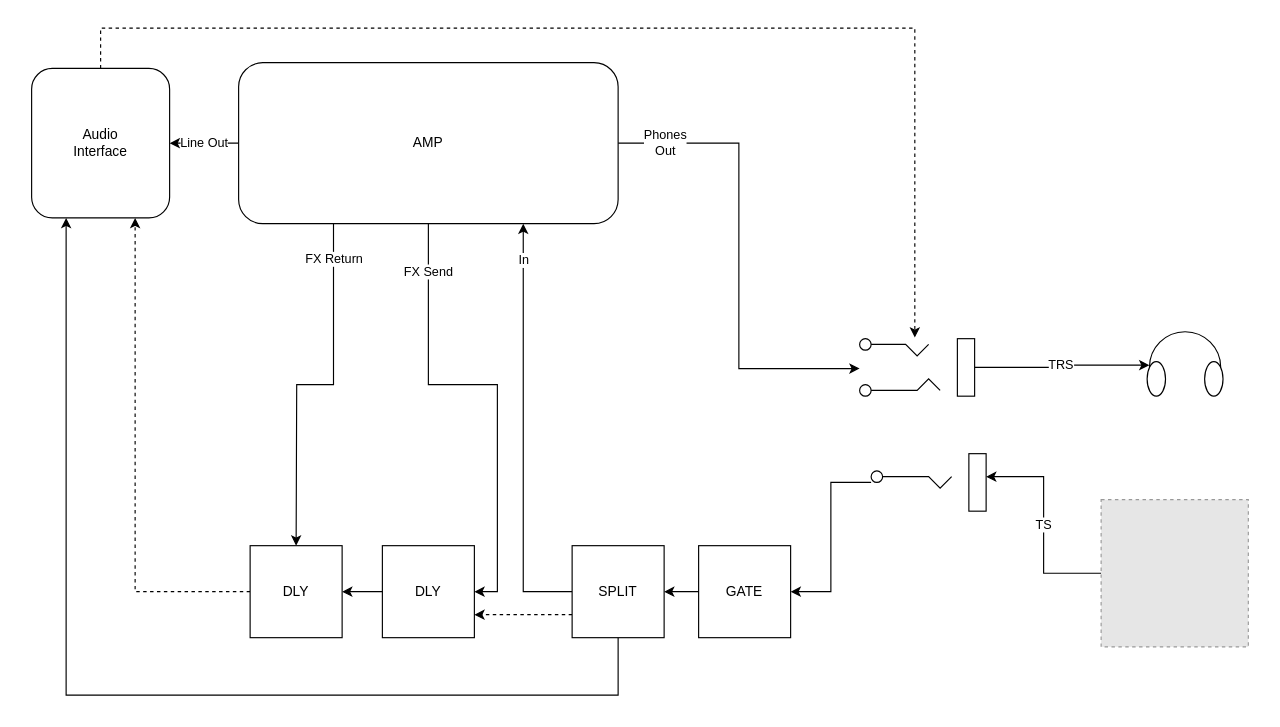
Above: Guitar Amp monitoring.drawio in seredkin/drawio (draw.io), before the change. Source tidied: cells renumbered, new cells numbered last; positions are measured from the earlier drawing's top-left corner, leaving out a move shared by most shapes. Both pictures are drawn from the tidied source at 115%, with x=0, y=0 at pixel (31, 28). Pictures stored in the file or linked from it are replaced by grey dashed boxes.
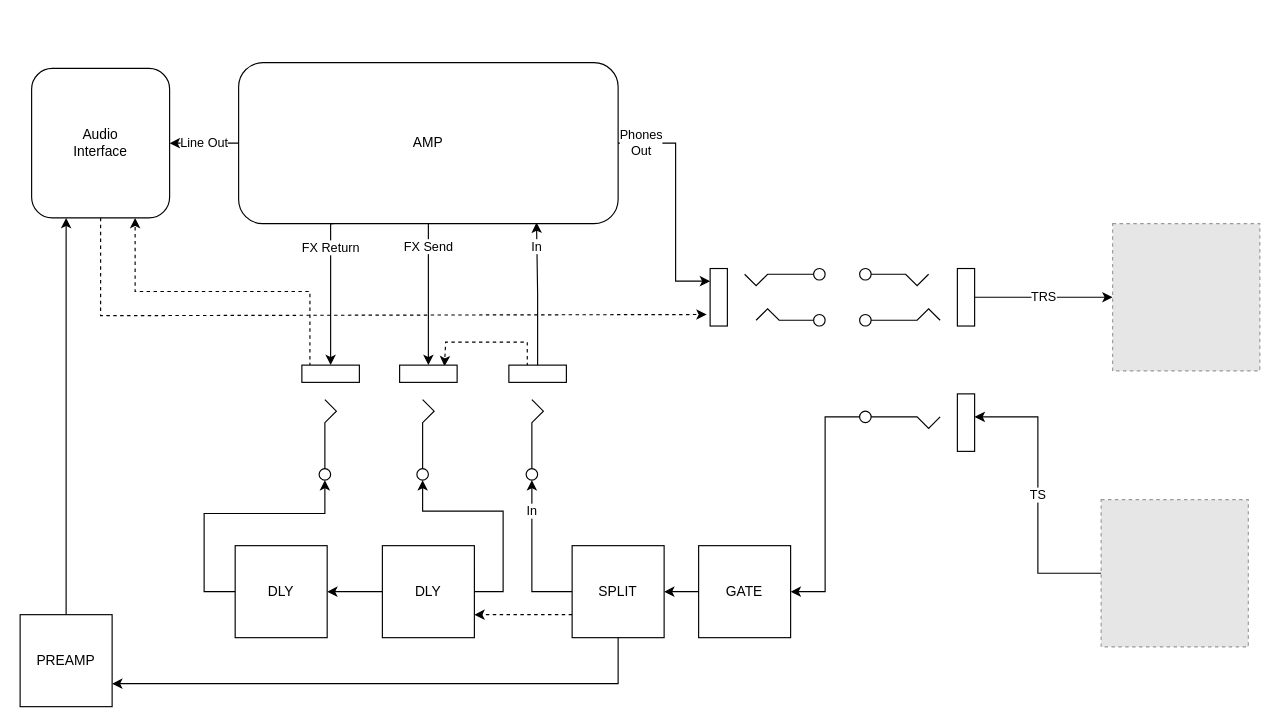
Above is the later version.

Unchanged cells that the change refers to:
```xml
<mxCell id="8" value="GATE" style="whiteSpace=wrap;html=1;" parent="1" vertex="1">
  <mxGeometry x="580" y="450" width="80" height="80" as="geometry" />
</mxCell>
<mxCell id="10" value="DLY" style="whiteSpace=wrap;html=1;" parent="1" vertex="1">
  <mxGeometry x="305" y="450" width="80" height="80" as="geometry" />
</mxCell>
<mxCell id="15" value="AMP" style="rounded=1;whiteSpace=wrap;html=1;" parent="1" vertex="1">
  <mxGeometry x="180" y="30" width="330" height="140" as="geometry" />
</mxCell>
<mxCell id="23" value="SPLIT" style="whiteSpace=wrap;html=1;" parent="1" vertex="1">
  <mxGeometry x="470" y="450" width="80" height="80" as="geometry" />
</mxCell>
<mxCell id="25" value="Audio&lt;br&gt;Interface" style="rounded=1;whiteSpace=wrap;html=1;" parent="1" vertex="1">
  <mxGeometry y="35" width="120" height="130" as="geometry" />
</mxCell>
```

The edit, as a diff of the source:
```diff
@@
-    <mxCell id="2" style="edgeStyle=orthogonalEdgeStyle;rounded=0;jettySize=auto;html=1;entryX=1;entryY=0.5;entryDx=0;entryDy=0;" parent="1" edge="1" source="3" target="8">
+    <mxCell id="2" style="edgeStyle=orthogonalEdgeStyle;rounded=0;jettySize=auto;html=1;entryX=1;entryY=0.5;entryDx=0;entryDy=0;exitX=1;exitY=0.4;exitDx=0;exitDy=0;exitPerimeter=0;" parent="1" edge="1" source="3" target="8">
       <mxGeometry relative="1" as="geometry" />
     </mxCell>
     <mxCell id="3" style="verticalLabelPosition=bottom;shadow=0;dashed=0;align=center;html=1;verticalAlign=top;shape=mxgraph.electrical.miscellaneous.2_conductor_jack;flipH=1;" parent="1" vertex="1">
-      <mxGeometry x="730" y="370" width="100" height="50" as="geometry" />
+      <mxGeometry x="720" y="318" width="100" height="50" as="geometry" />
     </mxCell>
-    <mxCell id="4" value="TRS" style="edgeStyle=orthogonalEdgeStyle;rounded=0;jettySize=auto;html=1;entryX=0.03;entryY=0.518;entryDx=0;entryDy=0;entryPerimeter=0;startArrow=none;startFill=0;endArrow=classic;endFill=1;" parent="1" edge="1" source="5" target="6">
+    <mxCell id="4" value="TRS" style="edgeStyle=orthogonalEdgeStyle;rounded=0;jettySize=auto;html=1;entryX=0;entryY=0.5;entryDx=0;entryDy=0;startArrow=none;startFill=0;endArrow=classic;endFill=1;" parent="1" edge="1" source="5" target="28">
       <mxGeometry relative="1" as="geometry" />
     </mxCell>
     <mxCell id="5" style="verticalLabelPosition=bottom;shadow=0;dashed=0;align=center;html=1;verticalAlign=top;shape=mxgraph.electrical.miscellaneous.3_conductor_jack;rotation=-180;" parent="1" vertex="1">
-      <mxGeometry x="720" y="270" width="100" height="50" as="geometry" />
+      <mxGeometry x="720" y="209" width="100" height="50" as="geometry" />
     </mxCell>
-    <mxCell id="6" style="verticalLabelPosition=bottom;shadow=0;dashed=0;align=center;html=1;verticalAlign=top;shape=mxgraph.electrical.radio.headphones;" parent="1" vertex="1">
-      <mxGeometry x="970" y="264" width="66" height="56" as="geometry" />
-    </mxCell>
-    <mxCell id="7" value="In" style="edgeStyle=orthogonalEdgeStyle;rounded=0;jettySize=auto;html=1;entryX=0.75;entryY=1;entryDx=0;entryDy=0;exitX=0;exitY=0.5;exitDx=0;exitDy=0;" parent="1" edge="1" source="23" target="15">
-      <mxGeometry x="0.83" relative="1" as="geometry">
-        <mxPoint y="1" as="offset" />
-      </mxGeometry>
+    <mxCell id="7" value="In" style="edgeStyle=orthogonalEdgeStyle;rounded=0;jettySize=auto;html=1;entryX=0.785;entryY=0.993;entryDx=0;entryDy=0;exitX=0.05;exitY=0.5;exitDx=0;exitDy=0;exitPerimeter=0;entryPerimeter=0;" parent="1" edge="1" source="31" target="15">
+      <mxGeometry x="0.68" relative="1" as="geometry" />
     </mxCell>
@@
-    <mxCell id="9" value="FX Send" style="edgeStyle=orthogonalEdgeStyle;rounded=0;jettySize=auto;html=1;startArrow=classic;startFill=1;endArrow=none;endFill=0;entryX=0.5;entryY=1;entryDx=0;entryDy=0;exitX=1;exitY=0.5;exitDx=0;exitDy=0;" parent="1" edge="1" source="10" target="15">
-      <mxGeometry x="0.79" relative="1" as="geometry" />
+    <mxCell id="9" value="FX Send" style="edgeStyle=orthogonalEdgeStyle;rounded=0;jettySize=auto;html=1;startArrow=classic;startFill=1;endArrow=none;endFill=0;entryX=0.5;entryY=1;entryDx=0;entryDy=0;exitX=1;exitY=0.5;exitDx=0;exitDy=0;" parent="1" edge="1" source="36" target="15">
+      <mxGeometry x="0.67" relative="1" as="geometry" />
     </mxCell>
+    <mxCell id="26" style="edgeStyle=orthogonalEdgeStyle;rounded=0;jettySize=auto;html=1;entryX=1;entryY=0.4;entryDx=0;entryDy=0;entryPerimeter=0;startArrow=none;startFill=0;endArrow=classic;endFill=1;exitX=1;exitY=0.25;exitDx=0;exitDy=0;" parent="1" edge="1" source="10" target="36">
+      <mxGeometry relative="1" as="geometry">
+        <Array as="points">
+          <mxPoint x="385" y="490" />
+          <mxPoint x="410" y="490" />
+          <mxPoint x="410" y="420" />
+          <mxPoint x="340" y="420" />
+        </Array>
+      </mxGeometry>
+    </mxCell>
@@
-    <mxCell id="13" value="Phones&lt;br&gt;Out" style="edgeStyle=orthogonalEdgeStyle;rounded=0;jettySize=auto;html=1;entryX=1;entryY=0.48;entryDx=0;entryDy=0;entryPerimeter=0;startArrow=none;startFill=0;endArrow=classic;endFill=1;" parent="1" edge="1" source="15" target="5">
-      <mxGeometry x="-0.8" relative="1" as="geometry" />
-    </mxCell>
@@
+    <mxCell id="16" value="FX Return" style="edgeStyle=orthogonalEdgeStyle;rounded=0;jettySize=auto;html=1;startArrow=none;startFill=0;endArrow=classic;endFill=1;exitX=0.25;exitY=1;exitDx=0;exitDy=0;" parent="1" edge="1" source="15" target="35">
+      <mxGeometry x="-0.64" relative="1" as="geometry">
+        <Array as="points">
+          <mxPoint x="260" y="170" />
+        </Array>
+      </mxGeometry>
+    </mxCell>
@@
-    <mxCell id="16" value="FX Return" style="edgeStyle=orthogonalEdgeStyle;rounded=0;jettySize=auto;html=1;startArrow=classic;startFill=1;endArrow=none;endFill=0;entryX=0.25;entryY=1;entryDx=0;entryDy=0;" parent="1" edge="1" target="15">
-      <mxGeometry x="0.81" relative="1" as="geometry">
-        <mxPoint x="230" y="450" as="sourcePoint" />
-        <mxPoint y="1" as="offset" />
-      </mxGeometry>
-    </mxCell>
@@
-    <mxCell id="18" style="edgeStyle=orthogonalEdgeStyle;rounded=0;jettySize=auto;html=1;entryX=0.75;entryY=1;entryDx=0;entryDy=0;startArrow=none;startFill=0;endArrow=classic;endFill=1;dashed=1;" parent="1" edge="1" source="19" target="25">
+    <mxCell id="18" style="edgeStyle=orthogonalEdgeStyle;rounded=0;jettySize=auto;html=1;entryX=0.75;entryY=1;entryDx=0;entryDy=0;startArrow=none;startFill=0;endArrow=classic;endFill=1;dashed=1;exitX=0.01;exitY=0.14;exitDx=0;exitDy=0;exitPerimeter=0;" parent="1" edge="1" source="35" target="25">
       <mxGeometry relative="1" as="geometry" />
     </mxCell>
+    <mxCell id="27" style="edgeStyle=orthogonalEdgeStyle;rounded=0;jettySize=auto;html=1;entryX=1;entryY=0.4;entryDx=0;entryDy=0;entryPerimeter=0;startArrow=none;startFill=0;endArrow=classic;endFill=1;" parent="1" edge="1" source="19" target="35">
+      <mxGeometry relative="1" as="geometry">
+        <Array as="points">
+          <mxPoint x="150" y="490" />
+          <mxPoint x="150" y="422" />
+          <mxPoint x="255" y="422" />
+        </Array>
+      </mxGeometry>
+    </mxCell>
     <mxCell id="19" value="DLY" style="whiteSpace=wrap;html=1;" parent="1" vertex="1">
-      <mxGeometry x="190" y="450" width="80" height="80" as="geometry" />
+      <mxGeometry x="177" y="450" width="80" height="80" as="geometry" />
     </mxCell>
@@
-    <mxCell id="21" style="edgeStyle=orthogonalEdgeStyle;rounded=0;jettySize=auto;html=1;startArrow=none;startFill=0;endArrow=classic;endFill=1;entryX=0.25;entryY=1;entryDx=0;entryDy=0;" parent="1" edge="1" source="23" target="25">
-      <mxGeometry relative="1" as="geometry">
-        <Array as="points">
-          <mxPoint x="510" y="580" />
-          <mxPoint x="30" y="580" />
-        </Array>
-      </mxGeometry>
+    <mxCell id="21" style="edgeStyle=orthogonalEdgeStyle;rounded=0;jettySize=auto;html=1;startArrow=none;startFill=0;endArrow=classic;endFill=1;entryX=0.25;entryY=1;entryDx=0;entryDy=0;" parent="1" edge="1" source="33" target="25">
+      <mxGeometry relative="1" as="geometry" />
     </mxCell>
@@
-    <mxCell id="24" style="edgeStyle=orthogonalEdgeStyle;rounded=0;jettySize=auto;html=1;entryX=0.52;entryY=1.02;entryDx=0;entryDy=0;entryPerimeter=0;dashed=1;startArrow=none;startFill=0;endArrow=classic;endFill=1;" parent="1" edge="1" source="25" target="5">
+    <mxCell id="24" style="edgeStyle=orthogonalEdgeStyle;rounded=0;jettySize=auto;html=1;entryX=-0.03;entryY=0.8;entryDx=0;entryDy=0;entryPerimeter=0;dashed=1;startArrow=none;startFill=0;endArrow=classic;endFill=1;" parent="1" edge="1" source="25" target="29">
       <mxGeometry relative="1" as="geometry">
         <Array as="points">
-          <mxPoint x="60" />
-          <mxPoint x="768" />
+          <mxPoint x="60" y="250" />
         </Array>
       </mxGeometry>
     </mxCell>
@@
+    <mxCell id="28" style="fillColor=#E6E6E6;strokeColor=#999999;dashed=1;html=1;verticalAlign=top;verticalLabelPosition=bottom;labelBackgroundColor=#ffffff;" parent="1" vertex="1">
+      <mxGeometry x="940" y="170" width="128" height="128" as="geometry" />
+    </mxCell>
+    <mxCell id="29" style="verticalLabelPosition=bottom;shadow=0;dashed=0;align=center;html=1;verticalAlign=top;shape=mxgraph.electrical.miscellaneous.3_conductor_jack;rotation=0;" parent="1" vertex="1">
+      <mxGeometry x="590" y="209" width="100" height="50" as="geometry" />
+    </mxCell>
+    <mxCell id="13" value="Phones&lt;br&gt;Out" style="edgeStyle=orthogonalEdgeStyle;rounded=0;jettySize=auto;html=1;startArrow=none;startFill=0;endArrow=classic;endFill=1;" parent="1" edge="1" source="15" target="29">
+      <mxGeometry x="-0.8" relative="1" as="geometry">
+        <Array as="points">
+          <mxPoint x="560" y="100" />
+          <mxPoint x="560" y="220" />
+        </Array>
+      </mxGeometry>
+    </mxCell>
+    <mxCell id="30" style="edgeStyle=orthogonalEdgeStyle;rounded=0;jettySize=auto;html=1;entryX=0.01;entryY=0.78;entryDx=0;entryDy=0;entryPerimeter=0;startArrow=none;startFill=0;endArrow=classic;endFill=1;exitX=0.01;exitY=0.32;exitDx=0;exitDy=0;exitPerimeter=0;dashed=1;" parent="1" edge="1" source="31" target="36">
+      <mxGeometry relative="1" as="geometry">
+        <Array as="points">
+          <mxPoint x="431" y="273" />
+          <mxPoint x="360" y="273" />
+        </Array>
+      </mxGeometry>
+    </mxCell>
+    <mxCell id="31" style="verticalLabelPosition=bottom;shadow=0;dashed=0;align=center;html=1;verticalAlign=top;shape=mxgraph.electrical.miscellaneous.2_conductor_jack;flipH=1;rotation=-90;" parent="1" vertex="1">
+      <mxGeometry x="390" y="318" width="100" height="50" as="geometry" />
+    </mxCell>
+    <mxCell id="32" value="In" style="edgeStyle=orthogonalEdgeStyle;rounded=0;jettySize=auto;html=1;entryX=1;entryY=0.4;entryDx=0;entryDy=0;exitX=0;exitY=0.5;exitDx=0;exitDy=0;entryPerimeter=0;" parent="1" edge="1" source="23" target="31">
+      <mxGeometry x="0.59" relative="1" as="geometry" />
+    </mxCell>
+    <mxCell id="33" value="PREAMP" style="whiteSpace=wrap;html=1;" parent="1" vertex="1">
+      <mxGeometry x="-10" y="510" width="80" height="80" as="geometry" />
+    </mxCell>
+    <mxCell id="34" style="edgeStyle=orthogonalEdgeStyle;rounded=0;jettySize=auto;html=1;startArrow=none;startFill=0;endArrow=classic;endFill=1;entryX=1;entryY=0.75;entryDx=0;entryDy=0;" parent="1" edge="1" source="23" target="33">
+      <mxGeometry relative="1" as="geometry">
+        <Array as="points">
+          <mxPoint x="510" y="570" />
+        </Array>
+      </mxGeometry>
+    </mxCell>
+    <mxCell id="35" style="verticalLabelPosition=bottom;shadow=0;dashed=0;align=center;html=1;verticalAlign=top;shape=mxgraph.electrical.miscellaneous.2_conductor_jack;flipH=1;rotation=-90;" parent="1" vertex="1">
+      <mxGeometry x="210" y="318" width="100" height="50" as="geometry" />
+    </mxCell>
+    <mxCell id="36" style="verticalLabelPosition=bottom;shadow=0;dashed=0;align=center;html=1;verticalAlign=top;shape=mxgraph.electrical.miscellaneous.2_conductor_jack;flipH=1;rotation=-90;" parent="1" vertex="1">
+      <mxGeometry x="295" y="318" width="100" height="50" as="geometry" />
+    </mxCell>
```
